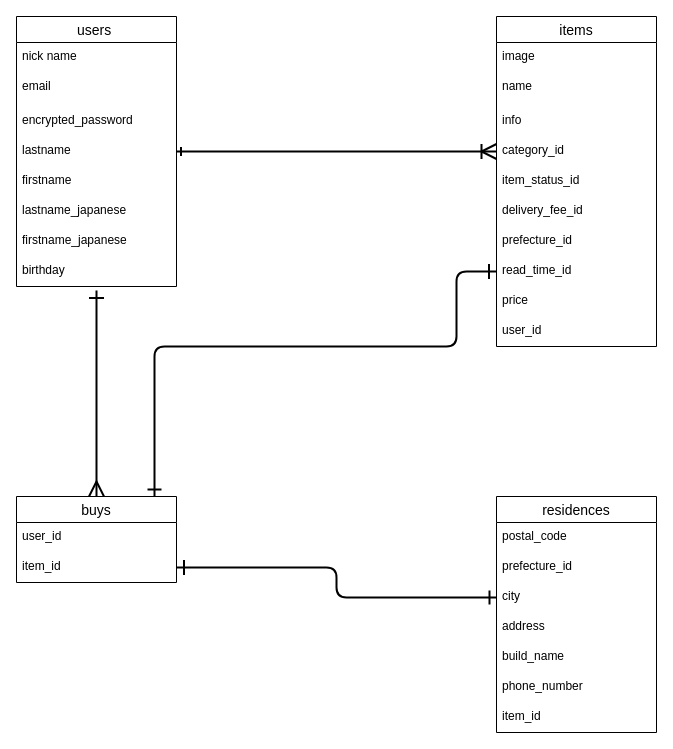
Above: ER .dio in saikinkatenai95/furima-36169 (draw.io), before the change. Source tidied: cells renumbered, new cells numbered last; positions are measured from the earlier drawing's top-left corner, leaving out a move shared by most shapes. Both pictures are drawn from the tidied source at 100%, with x=0, y=0 at pixel (16, 16).
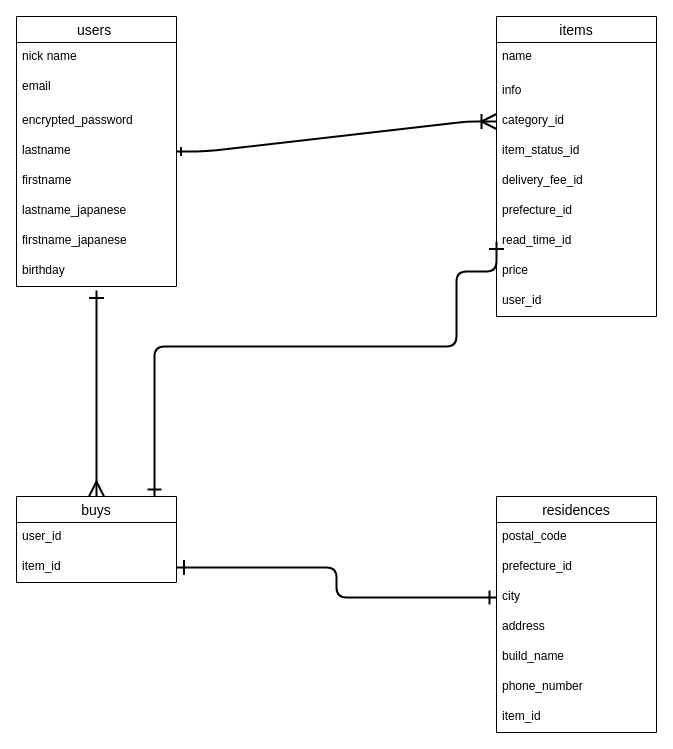
Above is the later version.

Diff of the diagram source:
```diff
@@
     <mxCell id="11" value="items" style="swimlane;fontStyle=0;horizontal=1;startSize=26;align=center;fontSize=14;" parent="1" vertex="1">
-      <mxGeometry x="480" width="160" height="330" as="geometry" />
+      <mxGeometry x="480" width="160" height="300" as="geometry" />
     </mxCell>
-    <mxCell id="12" value="image" style="text;strokeColor=none;fillColor=none;spacingLeft=4;spacingRight=4;overflow=hidden;fontSize=12;" parent="11" vertex="1">
-      <mxGeometry y="26" width="160" height="30" as="geometry" />
-    </mxCell>
     <mxCell id="13" value="name" style="text;strokeColor=none;fillColor=none;spacingLeft=4;spacingRight=4;overflow=hidden;fontSize=12;" parent="11" vertex="1">
-      <mxGeometry y="56" width="160" height="34" as="geometry" />
+      <mxGeometry y="26" width="160" height="34" as="geometry" />
     </mxCell>
     <mxCell id="14" value="info" style="text;strokeColor=none;fillColor=none;spacingLeft=4;spacingRight=4;overflow=hidden;fontSize=12;" parent="11" vertex="1">
-      <mxGeometry y="90" width="160" height="30" as="geometry" />
+      <mxGeometry y="60" width="160" height="30" as="geometry" />
     </mxCell>
     <mxCell id="15" value="category_id" style="text;strokeColor=none;fillColor=none;spacingLeft=4;spacingRight=4;overflow=hidden;points=[[0,0.5],[1,0.5]];portConstraint=eastwest;fontSize=12;" parent="11" vertex="1">
-      <mxGeometry y="120" width="160" height="30" as="geometry" />
+      <mxGeometry y="90" width="160" height="30" as="geometry" />
     </mxCell>
     <mxCell id="16" value="item_status_id" style="text;strokeColor=none;fillColor=none;spacingLeft=4;spacingRight=4;overflow=hidden;fontSize=12;" parent="11" vertex="1">
-      <mxGeometry y="150" width="160" height="30" as="geometry" />
+      <mxGeometry y="120" width="160" height="30" as="geometry" />
     </mxCell>
     <mxCell id="17" value="delivery_fee_id" style="text;strokeColor=none;fillColor=none;spacingLeft=4;spacingRight=4;overflow=hidden;fontSize=12;" parent="11" vertex="1">
-      <mxGeometry y="180" width="160" height="30" as="geometry" />
+      <mxGeometry y="150" width="160" height="30" as="geometry" />
     </mxCell>
     <mxCell id="18" value="prefecture_id" style="text;strokeColor=none;fillColor=none;spacingLeft=4;spacingRight=4;overflow=hidden;fontSize=12;" parent="11" vertex="1">
-      <mxGeometry y="210" width="160" height="30" as="geometry" />
+      <mxGeometry y="180" width="160" height="30" as="geometry" />
     </mxCell>
     <mxCell id="19" value="read_time_id" style="text;strokeColor=none;fillColor=none;spacingLeft=4;spacingRight=4;overflow=hidden;points=[[0,0.5],[1,0.5]];portConstraint=eastwest;fontSize=12;" parent="11" vertex="1">
-      <mxGeometry y="240" width="160" height="30" as="geometry" />
+      <mxGeometry y="210" width="160" height="30" as="geometry" />
     </mxCell>
     <mxCell id="20" value="price" style="text;strokeColor=none;fillColor=none;spacingLeft=4;spacingRight=4;overflow=hidden;fontSize=12;" parent="11" vertex="1">
-      <mxGeometry y="270" width="160" height="30" as="geometry" />
+      <mxGeometry y="240" width="160" height="30" as="geometry" />
     </mxCell>
     <mxCell id="21" value="user_id" style="text;strokeColor=none;fillColor=none;spacingLeft=4;spacingRight=4;overflow=hidden;fontSize=12;" parent="11" vertex="1">
-      <mxGeometry y="300" width="160" height="30" as="geometry" />
+      <mxGeometry y="270" width="160" height="30" as="geometry" />
     </mxCell>
```
